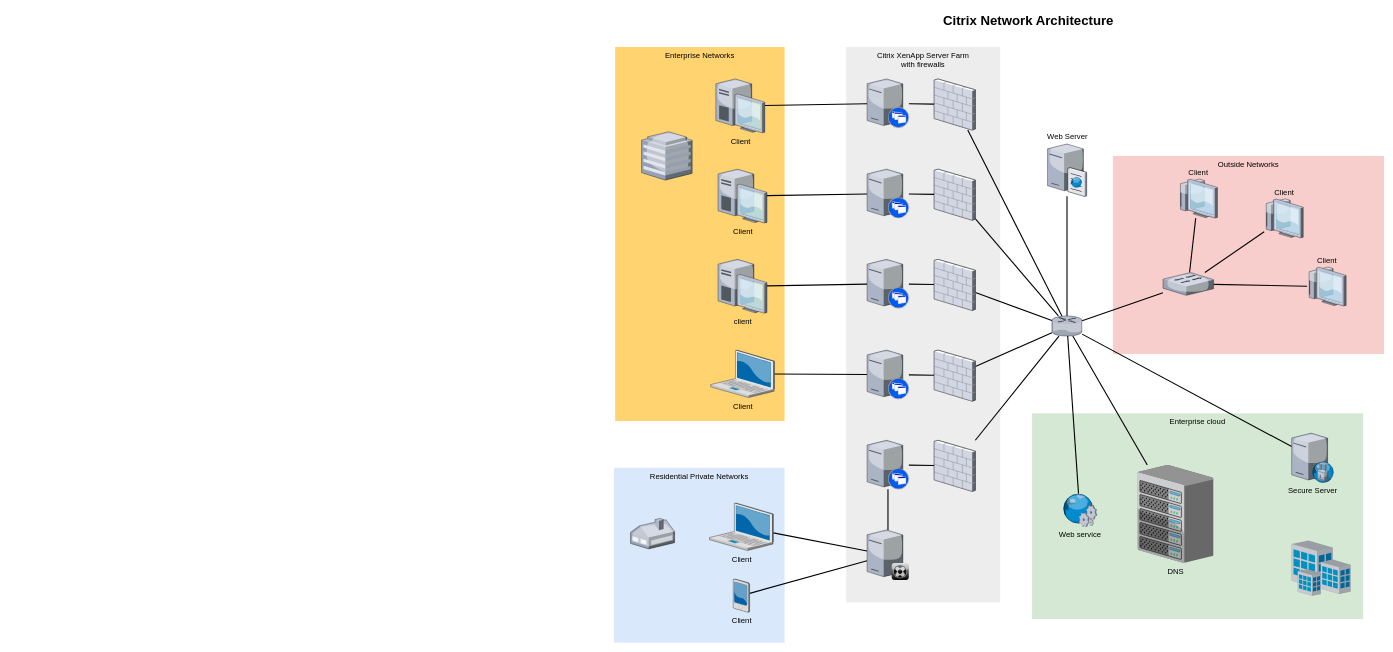
The draw.io diagram Untitled Diagram.drawio in mtristeloco/mygithubpage, before the edit. Source tidied: cells renumbered, new cells numbered last; positions are measured from the earlier drawing's top-left corner, leaving out a move shared by most shapes. Both pictures are drawn from the tidied source at 55%, with x=0, y=0 at pixel (614, 9).
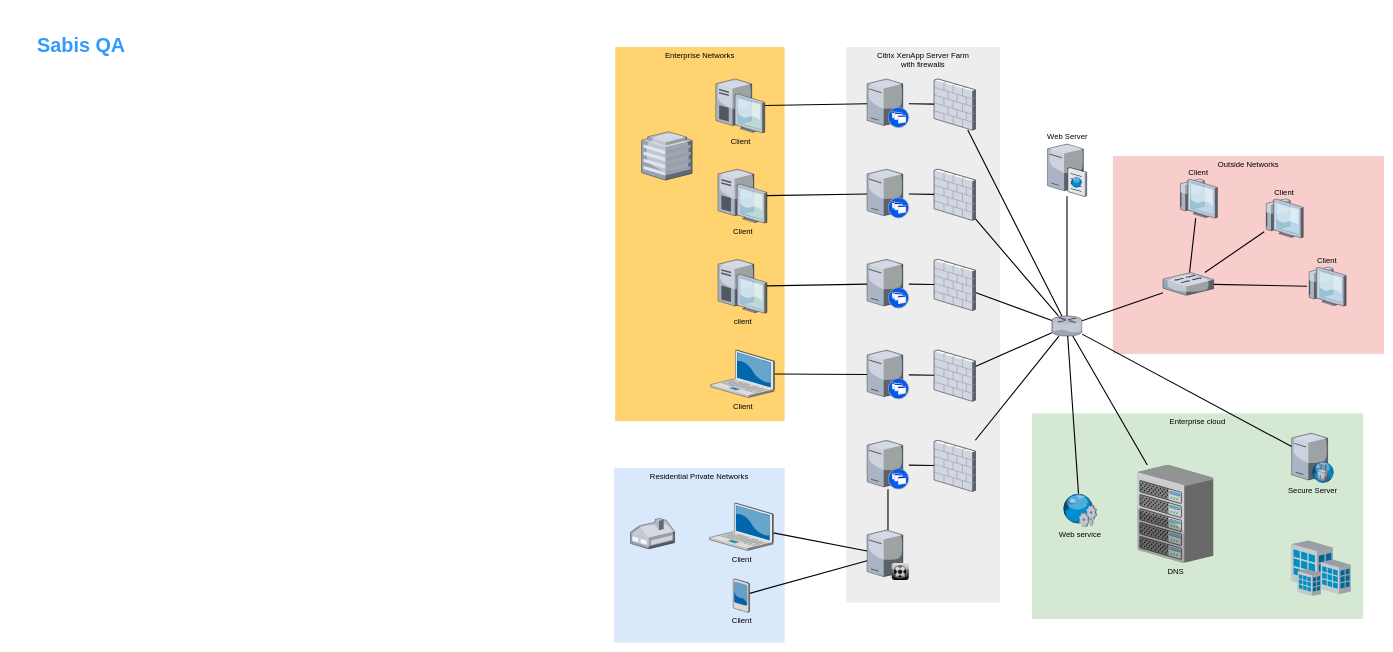
After the change.

The edit, as a diff of the source:
```diff
@@
-    <mxCell id="61" value="Citrix Network Architecture" style="text;strokeColor=none;fillColor=none;html=1;fontSize=24;fontStyle=1;verticalAlign=middle;align=center;" parent="1" vertex="1">
-      <mxGeometry x="322" width="861" height="40" as="geometry" />
+    <mxCell id="61" value="&lt;h2&gt;Sabis QA&lt;/h2&gt;" style="text;strokeColor=none;fillColor=none;html=1;fontSize=24;fontStyle=1;verticalAlign=middle;align=center;fontColor=#3399FF;" parent="1" vertex="1">
+      <mxGeometry x="-1099" y="45" width="260" height="40" as="geometry" />
     </mxCell>
```
